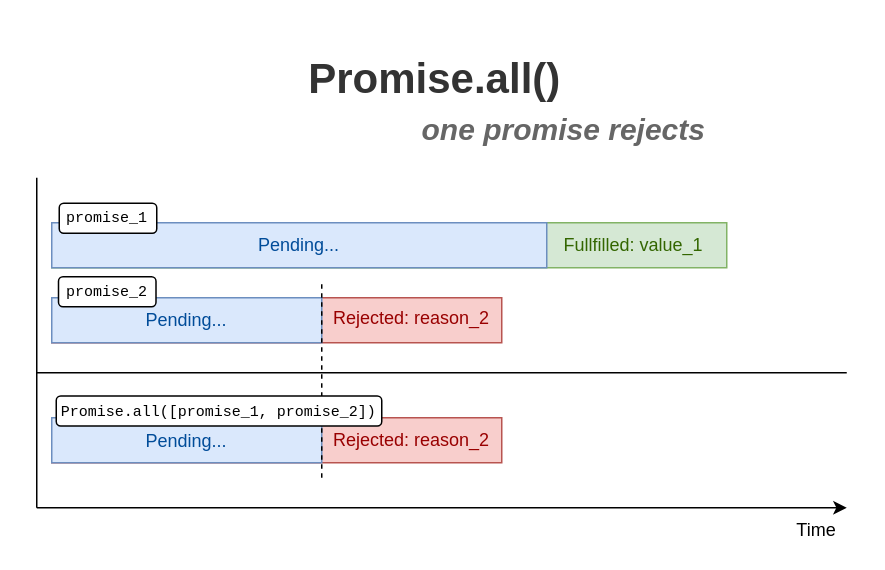
The draw.io diagram page "Rejected" (2 of 2) of content/posts/140-promise/diagrams/diagram.drawio in panzerdp/dmitripavlutin.com, before the edit. Source tidied: cells renumbered, new cells numbered last; positions are measured from the earlier drawing's top-left corner, leaving out a move shared by most shapes. Both pictures are drawn from the tidied source at 150%, with x=0, y=0 at pixel (36, 26).
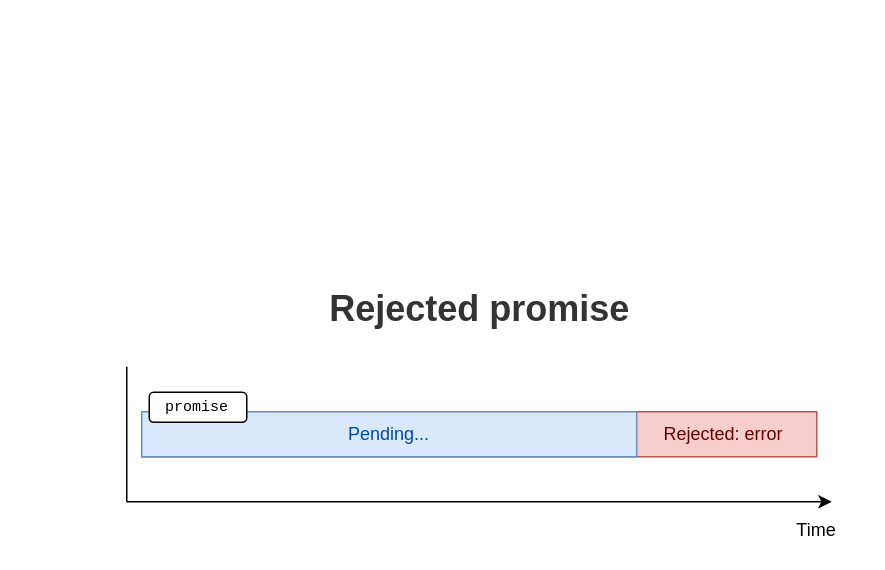
The same page after the edit.

Commit message (it also covers changes not shown here):
Post promise: promise status pictures

The edit, as a diff of the source:
```diff
@@
-    <mxCell id="2" style="rounded=0;whiteSpace=wrap;html=1;fillColor=#d5e8d4;strokeColor=#82b366;" parent="1" vertex="1">
-      <mxGeometry x="10" y="131" width="450" height="30" as="geometry" />
-    </mxCell>
-    <mxCell id="3" style="rounded=0;whiteSpace=wrap;html=1;fillColor=#f8cecc;strokeColor=#b85450;" parent="1" vertex="1">
-      <mxGeometry x="10" y="181" width="300" height="30" as="geometry" />
-    </mxCell>
-    <mxCell id="4" value="Promise.all()" style="text;strokeColor=none;fillColor=none;html=1;fontSize=28;fontStyle=1;verticalAlign=middle;align=center;fontColor=#333333;" parent="1" vertex="1">
-      <mxGeometry x="150" width="230" height="70" as="geometry" />
-    </mxCell>
-    <mxCell id="5" style="endArrow=classic;html=1;" parent="1" edge="1">
-      <mxGeometry relative="1" as="geometry">
-        <mxPoint y="321" as="sourcePoint" />
-        <mxPoint x="540" y="321" as="targetPoint" />
-      </mxGeometry>
-    </mxCell>
-    <mxCell id="6" style="endArrow=none;html=1;" parent="1" edge="1">
-      <mxGeometry relative="1" as="geometry">
-        <mxPoint y="321" as="sourcePoint" />
-        <mxPoint y="101" as="targetPoint" />
-      </mxGeometry>
-    </mxCell>
+    <mxCell id="27" style="rounded=0;whiteSpace=wrap;html=1;fillColor=#f8cecc;strokeColor=#b85450;" parent="1" vertex="1">
+      <mxGeometry x="70" y="257" width="450" height="30" as="geometry" />
+    </mxCell>
+    <mxCell id="28" value="Rejected promise" style="text;strokeColor=none;fillColor=none;html=1;fontSize=24;fontStyle=1;verticalAlign=middle;align=center;fontColor=#333333;" parent="1" vertex="1">
+      <mxGeometry x="180" y="154" width="230" height="70" as="geometry" />
+    </mxCell>
+    <mxCell id="29" style="endArrow=classic;html=1;" parent="1" edge="1">
+      <mxGeometry relative="1" as="geometry">
+        <mxPoint x="60" y="317" as="sourcePoint" />
+        <mxPoint x="530" y="317" as="targetPoint" />
+      </mxGeometry>
+    </mxCell>
+    <mxCell id="30" style="endArrow=none;html=1;" parent="1" edge="1">
+      <mxGeometry relative="1" as="geometry">
+        <mxPoint x="60" y="317" as="sourcePoint" />
+        <mxPoint x="60" y="227" as="targetPoint" />
+      </mxGeometry>
+    </mxCell>
@@
-    <mxCell id="8" style="endArrow=none;html=1;" parent="1" edge="1">
-      <mxGeometry relative="1" as="geometry">
-        <mxPoint y="231" as="sourcePoint" />
-        <mxPoint x="540" y="231" as="targetPoint" />
-      </mxGeometry>
-    </mxCell>
-    <mxCell id="9" style="rounded=0;whiteSpace=wrap;html=1;fillColor=#dae8fc;strokeColor=#6c8ebf;" parent="1" vertex="1">
-      <mxGeometry x="10" y="131" width="330" height="30" as="geometry" />
-    </mxCell>
-    <mxCell id="10" value="Pending..." style="text;html=1;strokeColor=none;fillColor=none;align=center;verticalAlign=middle;whiteSpace=wrap;rounded=0;fontColor=#004C99;" parent="1" vertex="1">
-      <mxGeometry x="135" y="136" width="80" height="20" as="geometry" />
-    </mxCell>
-    <mxCell id="11" style="rounded=0;whiteSpace=wrap;html=1;fillColor=#dae8fc;strokeColor=#6c8ebf;" parent="1" vertex="1">
-      <mxGeometry x="10" y="181" width="180" height="30" as="geometry" />
-    </mxCell>
-    <mxCell id="12" value="Pending..." style="text;html=1;strokeColor=none;fillColor=none;align=center;verticalAlign=middle;whiteSpace=wrap;rounded=0;fontColor=#004C99;" parent="1" vertex="1">
-      <mxGeometry x="60" y="186" width="80" height="20" as="geometry" />
-    </mxCell>
-    <mxCell id="13" value="Rejected: reason_2" style="text;html=1;strokeColor=none;fillColor=none;align=center;verticalAlign=middle;whiteSpace=wrap;rounded=0;fontColor=#990000;" parent="1" vertex="1">
-      <mxGeometry x="185" y="185" width="130" height="20" as="geometry" />
-    </mxCell>
-    <mxCell id="14" value="Fullfilled: value_1" style="text;html=1;strokeColor=none;fillColor=none;align=center;verticalAlign=middle;whiteSpace=wrap;rounded=0;fontColor=#336600;" parent="1" vertex="1">
-      <mxGeometry x="333" y="136" width="130" height="20" as="geometry" />
-    </mxCell>
-    <mxCell id="15" style="rounded=0;whiteSpace=wrap;html=1;fillColor=#f8cecc;strokeColor=#b85450;" parent="1" vertex="1">
-      <mxGeometry x="10" y="261" width="300" height="30" as="geometry" />
-    </mxCell>
-    <mxCell id="16" style="rounded=0;whiteSpace=wrap;html=1;fillColor=#dae8fc;strokeColor=#6c8ebf;" parent="1" vertex="1">
-      <mxGeometry x="10" y="261" width="180" height="30" as="geometry" />
-    </mxCell>
-    <mxCell id="17" value="Pending..." style="text;html=1;strokeColor=none;fillColor=none;align=center;verticalAlign=middle;whiteSpace=wrap;rounded=0;fontColor=#004C99;" parent="1" vertex="1">
-      <mxGeometry x="60" y="266.5" width="80" height="20" as="geometry" />
-    </mxCell>
-    <mxCell id="18" style="endArrow=none;dashed=1;html=1;fontSize=16;fontColor=#336600;" parent="1" edge="1">
-      <mxGeometry relative="1" as="geometry">
-        <mxPoint x="190" y="301" as="sourcePoint" />
-        <mxPoint x="190" y="171" as="targetPoint" />
-      </mxGeometry>
-    </mxCell>
-    <mxCell id="19" style="rounded=1;whiteSpace=wrap;html=1;labelBackgroundColor=#ffffff;fontFamily=Courier New;fontSize=23;fontColor=#666666;align=left;" parent="1" vertex="1">
-      <mxGeometry x="15" y="118" width="65" height="20" as="geometry" />
-    </mxCell>
-    <mxCell id="20" value="promise_1" style="text;html=1;strokeColor=none;fillColor=none;align=center;verticalAlign=middle;whiteSpace=wrap;rounded=0;fontSize=10;fontFamily=Courier New;" parent="1" vertex="1">
-      <mxGeometry x="21" y="118" width="52" height="20" as="geometry" />
-    </mxCell>
-    <mxCell id="21" style="rounded=1;whiteSpace=wrap;html=1;labelBackgroundColor=#ffffff;fontFamily=Courier New;fontSize=23;fontColor=#666666;align=left;" parent="1" vertex="1">
-      <mxGeometry x="13" y="246.5" width="217" height="20" as="geometry" />
-    </mxCell>
-    <mxCell id="22" value="Promise.all([promise_1, promise_2])" style="text;html=1;strokeColor=none;fillColor=none;align=center;verticalAlign=middle;whiteSpace=wrap;rounded=0;fontSize=10;fontFamily=Courier New;" parent="1" vertex="1">
-      <mxGeometry x="12" y="246.5" width="219" height="20" as="geometry" />
-    </mxCell>
-    <mxCell id="23" style="rounded=1;whiteSpace=wrap;html=1;labelBackgroundColor=#ffffff;fontFamily=Courier New;fontSize=23;fontColor=#666666;align=left;" parent="1" vertex="1">
-      <mxGeometry x="14.5" y="167" width="65" height="20" as="geometry" />
-    </mxCell>
-    <mxCell id="24" value="promise_2" style="text;html=1;strokeColor=none;fillColor=none;align=center;verticalAlign=middle;whiteSpace=wrap;rounded=0;fontSize=10;fontFamily=Courier New;" parent="1" vertex="1">
-      <mxGeometry x="20.5" y="167" width="52" height="20" as="geometry" />
-    </mxCell>
-    <mxCell id="25" value="one promise rejects" style="text;strokeColor=none;fillColor=none;html=1;fontSize=20;fontStyle=3;verticalAlign=middle;align=center;fontColor=#666666;" parent="1" vertex="1">
-      <mxGeometry x="236" y="33" width="230" height="70" as="geometry" />
-    </mxCell>
-    <mxCell id="26" value="Rejected: reason_2" style="text;html=1;strokeColor=none;fillColor=none;align=center;verticalAlign=middle;whiteSpace=wrap;rounded=0;fontColor=#990000;" parent="1" vertex="1">
-      <mxGeometry x="185" y="266" width="130" height="20" as="geometry" />
-    </mxCell>
+    <mxCell id="31" style="rounded=0;whiteSpace=wrap;html=1;fillColor=#dae8fc;strokeColor=#6c8ebf;" parent="1" vertex="1">
+      <mxGeometry x="70" y="257" width="330" height="30" as="geometry" />
+    </mxCell>
+    <mxCell id="32" value="Pending..." style="text;html=1;strokeColor=none;fillColor=none;align=center;verticalAlign=middle;whiteSpace=wrap;rounded=0;fontColor=#004C99;" parent="1" vertex="1">
+      <mxGeometry x="195" y="262" width="80" height="20" as="geometry" />
+    </mxCell>
+    <mxCell id="33" value="Rejected: error" style="text;html=1;strokeColor=none;fillColor=none;align=center;verticalAlign=middle;whiteSpace=wrap;rounded=0;fontColor=#660000;" parent="1" vertex="1">
+      <mxGeometry x="393" y="262" width="130" height="20" as="geometry" />
+    </mxCell>
+    <mxCell id="34" style="rounded=1;whiteSpace=wrap;html=1;labelBackgroundColor=#ffffff;fontFamily=Courier New;fontSize=23;fontColor=#666666;align=left;" parent="1" vertex="1">
+      <mxGeometry x="75" y="244" width="65" height="20" as="geometry" />
+    </mxCell>
+    <mxCell id="35" value="promise" style="text;html=1;strokeColor=none;fillColor=none;align=center;verticalAlign=middle;whiteSpace=wrap;rounded=0;fontSize=10;fontFamily=Courier New;" parent="1" vertex="1">
+      <mxGeometry x="81" y="244" width="52" height="20" as="geometry" />
+    </mxCell>
```
